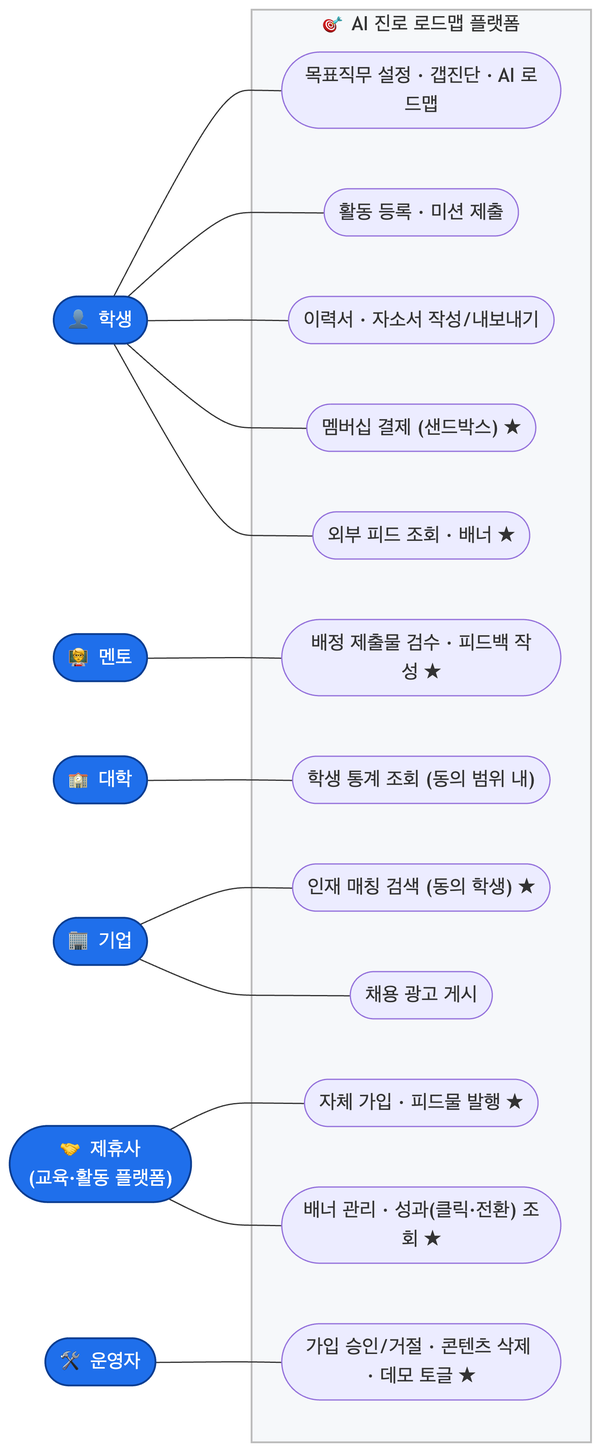
Before: docs/diagrams/png/1-usecase.png, a diagram exported from Mermaid (hsg9013/AI-career-roadmap). Its source is kept beside it as docs/diagrams/src/1-usecase.mmd.
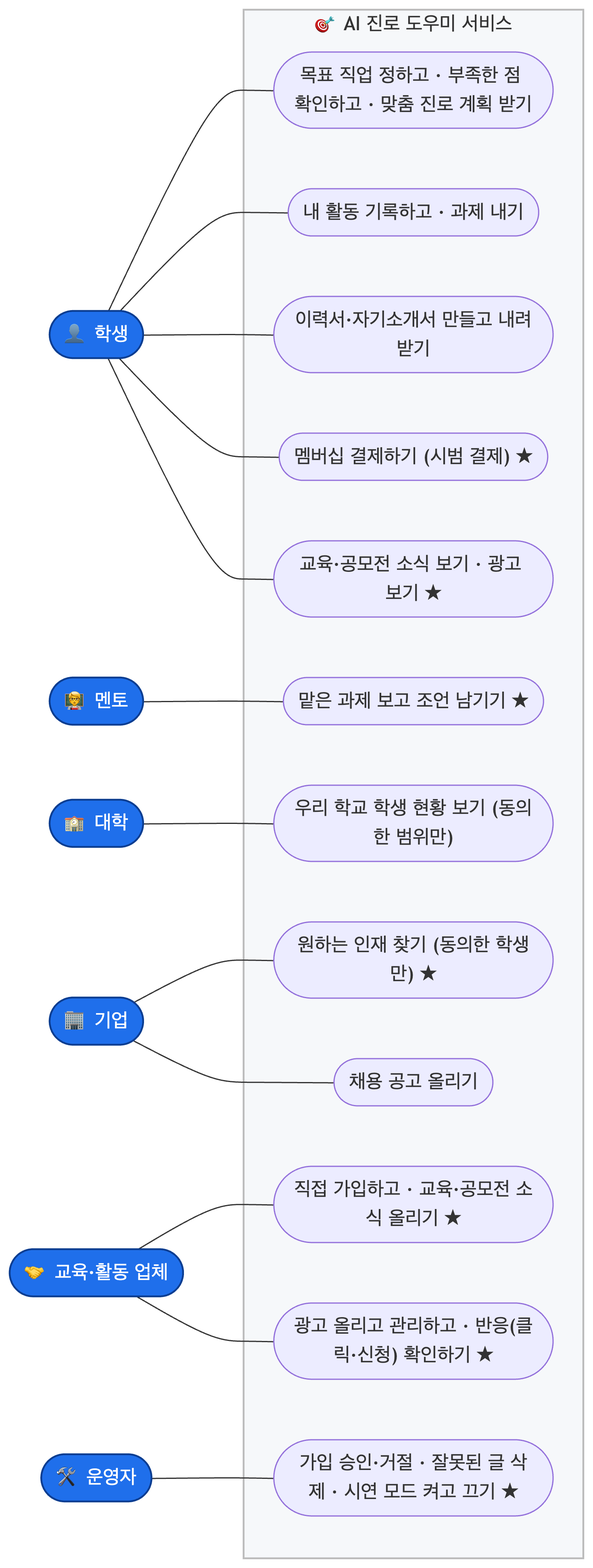
The same file after the commit.

Change to the diagram source:
```diff
@@ -3,23 +3,23 @@
   멘토(["🧑‍🏫 멘토"]):::actor
   대학(["🏫 대학"]):::actor
   기업(["🏢 기업"]):::actor
-  제휴사(["🤝 제휴사<br/>(교육·활동 플랫폼)"]):::actor
+  제휴사(["🤝 교육·활동 업체"]):::actor
   운영자(["🛠️ 운영자"]):::actor
 
-  subgraph SYS["🎯 AI 진로 로드맵 플랫폼"]
+  subgraph SYS["🎯 AI 진로 도우미 서비스"]
     direction TB
-    U1(["목표직무 설정 · 갭진단 · AI 로드맵"])
-    U2(["활동 등록 · 미션 제출"])
-    U3(["이력서 · 자소서 작성/내보내기"])
-    U4(["멤버십 결제 (샌드박스) ★"])
-    U5(["외부 피드 조회 · 배너 ★"])
-    M1(["배정 제출물 검수 · 피드백 작성 ★"])
-    G1(["학생 통계 조회 (동의 범위 내)"])
-    E1(["인재 매칭 검색 (동의 학생) ★"])
-    E2(["채용 광고 게시"])
-    P1(["자체 가입 · 피드물 발행 ★"])
-    P2(["배너 관리 · 성과(클릭·전환) 조회 ★"])
-    A1(["가입 승인/거절 · 콘텐츠 삭제 · 데모 토글 ★"])
+    U1(["목표 직업 정하고 · 부족한 점 확인하고 · 맞춤 진로 계획 받기"])
+    U2(["내 활동 기록하고 · 과제 내기"])
+    U3(["이력서·자기소개서 만들고 내려받기"])
+    U4(["멤버십 결제하기 (시범 결제) ★"])
+    U5(["교육·공모전 소식 보기 · 광고 보기 ★"])
+    M1(["맡은 과제 보고 조언 남기기 ★"])
+    G1(["우리 학교 학생 현황 보기 (동의한 범위만)"])
+    E1(["원하는 인재 찾기 (동의한 학생만) ★"])
+    E2(["채용 공고 올리기"])
+    P1(["직접 가입하고 · 교육·공모전 소식 올리기 ★"])
+    P2(["광고 올리고 관리하고 · 반응(클릭·신청) 확인하기 ★"])
+    A1(["가입 승인·거절 · 잘못된 글 삭제 · 시연 모드 켜고 끄기 ★"])
   end
 
   학생 --- U1
```
